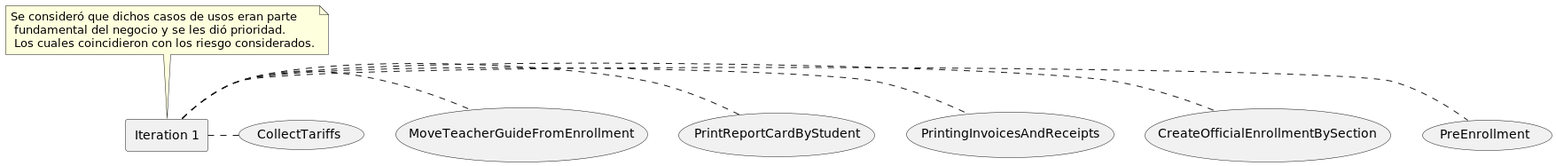
The PlantUML diagram out/UseCaseView/Prioritization.png in wsmcbl/wsmcbl.doc, before a commit.
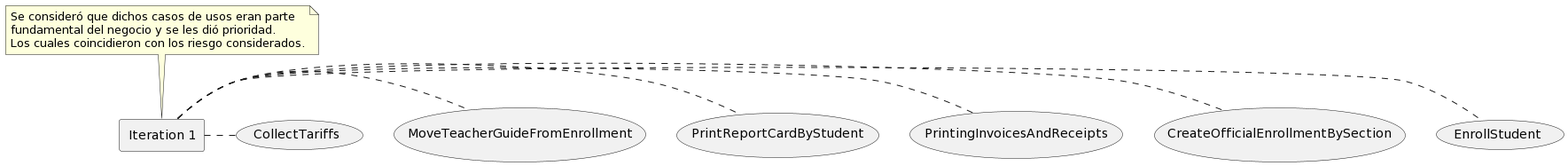
After the change.

What changed in the source:
```diff
@@ -3,9 +3,9 @@
 
 rectangle "Iteration 1" as Iteration1
 
-note top of Iteration1: Se consideró que dichos casos de usos eran parte\n fundamental del negocio y se les dió prioridad.\n Los cuales coincidieron con los riesgo considerados.
+note top of Iteration1: Se consideró que dichos casos de usos eran parte\nfundamental del negocio y se les dió prioridad.\nLos cuales coincidieron con los riesgo considerados.
 
-usecase CU01 as "PreEnrollment"
+usecase CU01 as "EnrollStudent"
 usecase CU05 as "CreateOfficialEnrollmentBySection"
 usecase CU58 as "PrintingInvoicesAndReceipts"
 usecase CU29 as "PrintReportCardByStudent"
@@ -18,5 +18,4 @@
 Iteration1 . CU29
 Iteration1 . CU21
 Iteration1 . CU03
-
 @enduml
```
